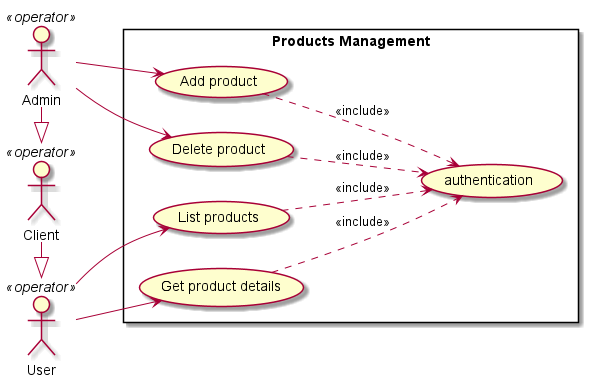
Before: diagrams/render/UseCases/UseCase_ProductsManagement.png, a diagram exported from PlantUML (Xwyk/BileMo).
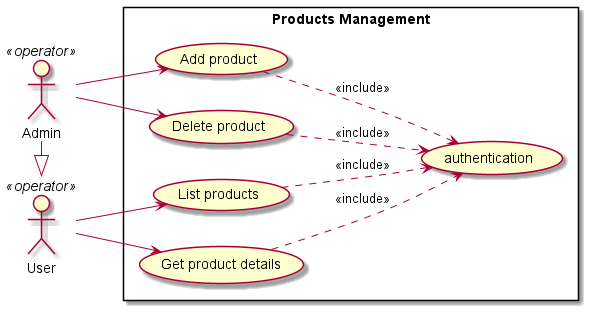
After the commit.

What changed in the source:
```diff
@@ -1,7 +1,6 @@
 @startuml
 left to right direction
 User    <<operator>> as user
-Client    <<operator>> as client
 Admin    <<operator>> as admin
 
 
@@ -23,6 +22,5 @@
 addProduct ..> auth : <<include>>
 delProduct ..> auth : <<include>>
 
-admin -|> client
-client -|> user
+admin -|> user
 @enduml
```
